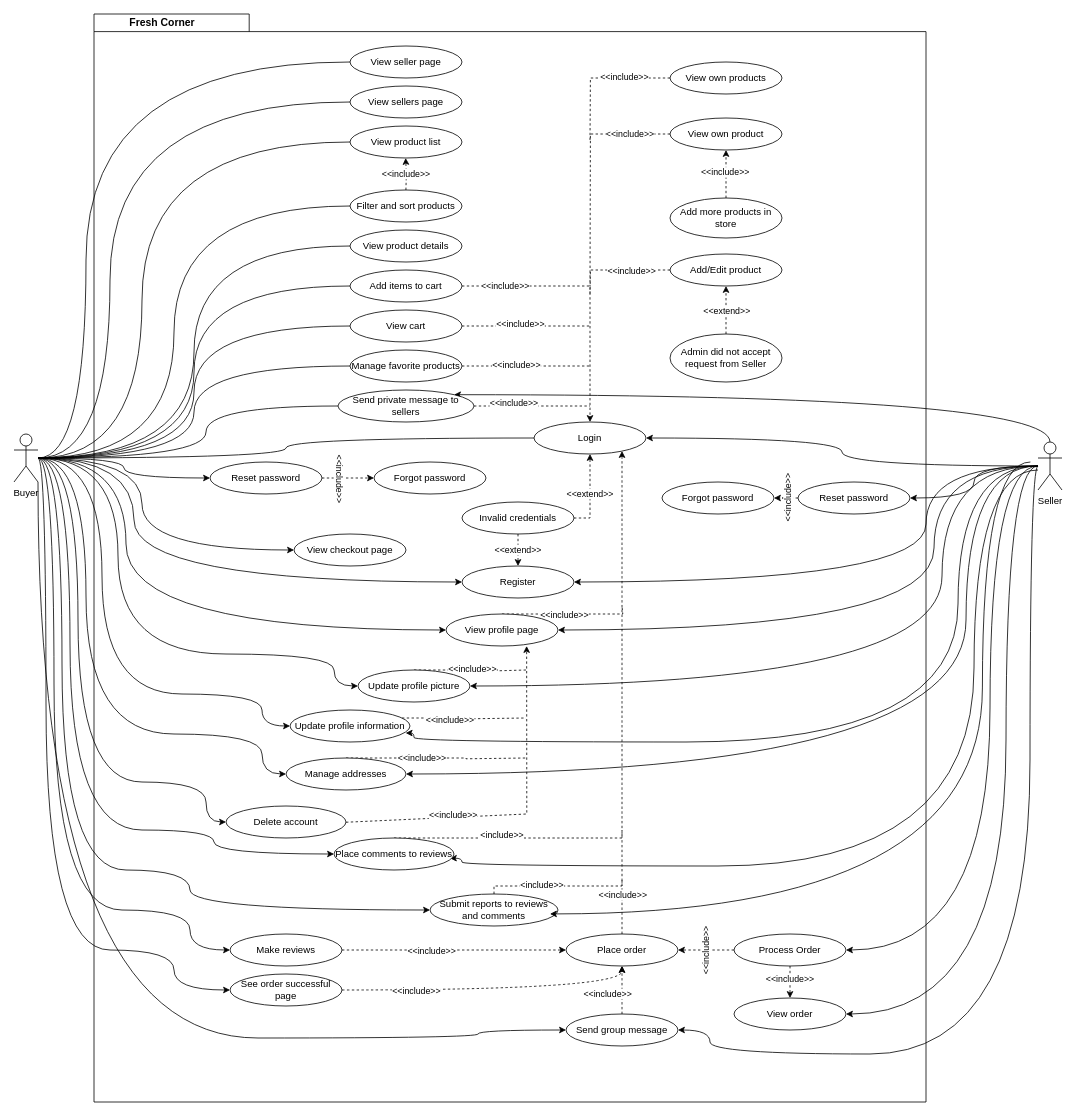
Above: page "client use case diagram" (6 of 6) of use_case_diagram.drawio in ErikaRusznak/piazza-ecommerce (draw.io), before the change. Source tidied: cells renumbered, new cells numbered last; positions are measured from the earlier drawing's top-left corner, leaving out a move shared by most shapes. Both pictures are drawn from the tidied source at 80%, with x=0, y=0 at pixel (14, 14).
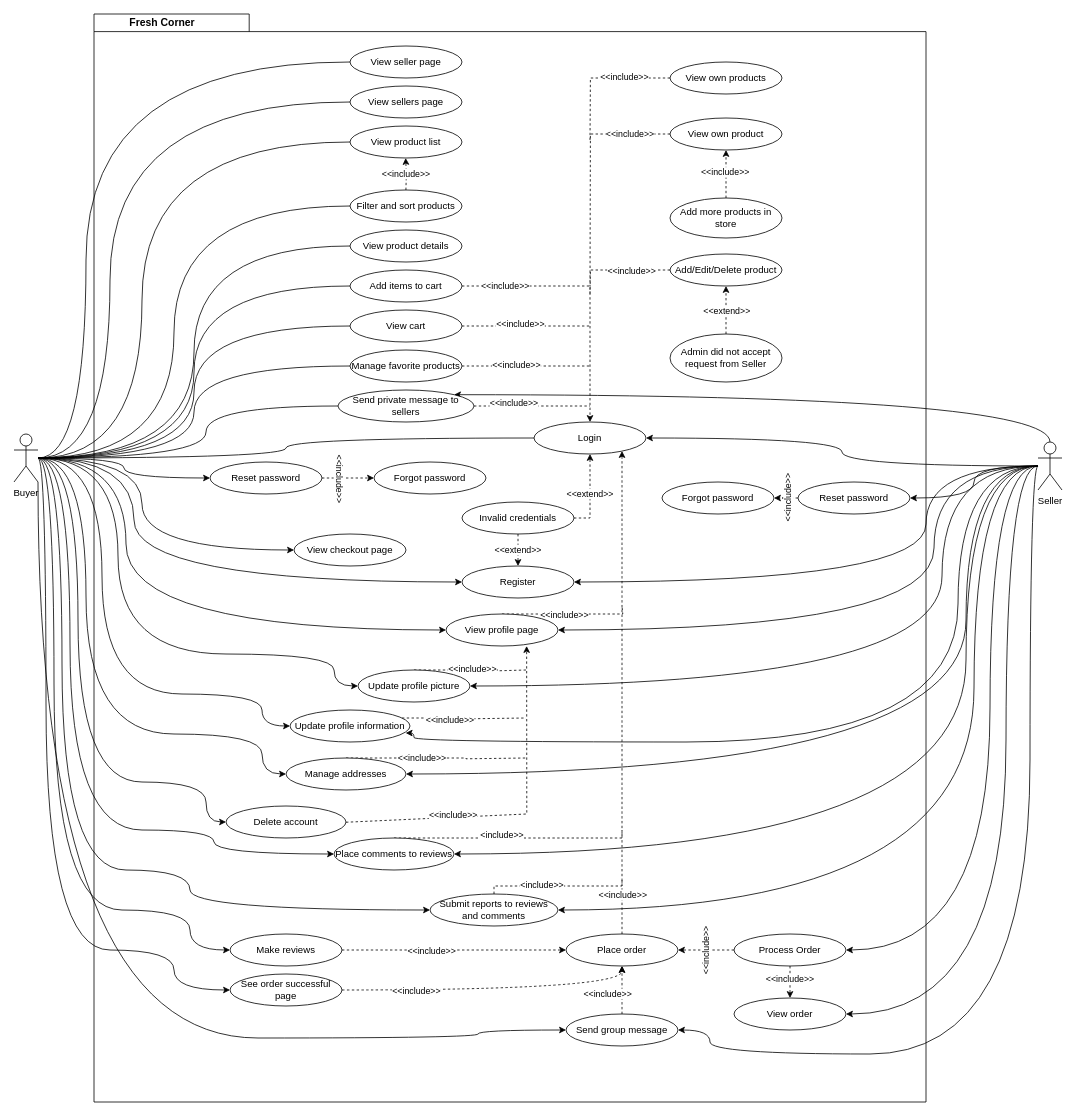
After the change.

Commit message:
Improve quality of diagram

The change refers to these unchanged cells:
```xml
<mxCell id="45" value="Seller" style="shape=umlActor;verticalLabelPosition=bottom;verticalAlign=top;html=1;" parent="1" vertex="1">
  <mxGeometry x="1280" y="535" width="30" height="60" as="geometry" />
</mxCell>
<mxCell id="82" value="Place comments to reviews" style="ellipse;whiteSpace=wrap;html=1;" parent="1" vertex="1">
  <mxGeometry x="400" y="1030" width="150" height="40" as="geometry" />
</mxCell>
<mxCell id="85" value="Submit reports to reviews and comments" style="ellipse;whiteSpace=wrap;html=1;" parent="1" vertex="1">
  <mxGeometry x="520" y="1100" width="160" height="40" as="geometry" />
</mxCell>
<mxCell id="105" value="Reset password" style="ellipse;whiteSpace=wrap;html=1;" parent="1" vertex="1">
  <mxGeometry x="980" y="585" width="140" height="40" as="geometry" />
</mxCell>
```

Change to the diagram source:
```diff
@@
-    <mxCell id="33" style="edgeStyle=orthogonalEdgeStyle;rounded=0;jettySize=auto;html=1;entryX=1;entryY=0.5;entryDx=0;entryDy=0;curved=1;" parent="1" edge="1" source="45" target="105">
-      <mxGeometry relative="1" as="geometry" />
-    </mxCell>
@@
-    <mxCell id="40" style="edgeStyle=orthogonalEdgeStyle;rounded=0;jettySize=auto;html=1;entryX=0.966;entryY=0.631;entryDx=0;entryDy=0;curved=1;entryPerimeter=0;" parent="1" edge="1" target="82">
-      <mxGeometry relative="1" as="geometry">
-        <mxPoint x="1280" y="570" as="sourcePoint" />
-        <Array as="points">
-          <mxPoint x="1200" y="570" />
-          <mxPoint x="1200" y="1065" />
-          <mxPoint x="560" y="1065" />
-          <mxPoint x="560" y="1055" />
-        </Array>
-      </mxGeometry>
-    </mxCell>
@@
+    <mxCell id="33" style="edgeStyle=orthogonalEdgeStyle;rounded=0;jettySize=auto;html=1;entryX=1;entryY=0.5;entryDx=0;entryDy=0;curved=1;" parent="1" edge="1" source="45" target="105">
+      <mxGeometry relative="1" as="geometry" />
+    </mxCell>
+    <mxCell id="128" style="edgeStyle=orthogonalEdgeStyle;rounded=0;jettySize=auto;html=1;entryX=1;entryY=0.5;entryDx=0;entryDy=0;curved=1;" parent="1" edge="1" source="45" target="82">
+      <mxGeometry relative="1" as="geometry">
+        <Array as="points">
+          <mxPoint x="1190" y="565" />
+          <mxPoint x="1190" y="1050" />
+        </Array>
+      </mxGeometry>
+    </mxCell>
+    <mxCell id="129" style="edgeStyle=orthogonalEdgeStyle;rounded=0;jettySize=auto;html=1;entryX=1;entryY=0.5;entryDx=0;entryDy=0;curved=1;" parent="1" edge="1" source="45" target="85">
+      <mxGeometry relative="1" as="geometry">
+        <Array as="points">
+          <mxPoint x="1200" y="565" />
+          <mxPoint x="1200" y="1120" />
+        </Array>
+      </mxGeometry>
+    </mxCell>
@@
-    <mxCell id="106" style="edgeStyle=orthogonalEdgeStyle;rounded=0;orthogonalLoop=1;jettySize=auto;html=1;entryX=0.997;entryY=0.747;entryDx=0;entryDy=0;entryPerimeter=0;curved=1;" parent="1" edge="1">
-      <mxGeometry relative="1" as="geometry">
-        <mxPoint x="1270.5" y="560" as="sourcePoint" />
-        <mxPoint x="670" y="1124.9" as="targetPoint" />
-        <Array as="points">
-          <mxPoint x="1210.5" y="560" />
-          <mxPoint x="1210.5" y="1125" />
-        </Array>
-      </mxGeometry>
-    </mxCell>
@@
-    <mxCell id="124" value="Add/Edit product" style="ellipse;whiteSpace=wrap;html=1;" parent="1" vertex="1">
+    <mxCell id="124" value="Add/Edit/Delete product" style="ellipse;whiteSpace=wrap;html=1;" parent="1" vertex="1">
       <mxGeometry x="820" y="300" width="140" height="40" as="geometry" />
     </mxCell>
```
